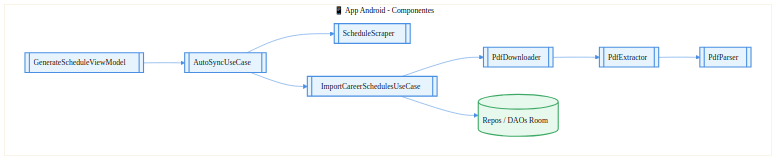
Before: images/diagrams/cap4_c4_3_component_f1.png, a diagram exported from Mermaid (smith-3/Taller-Grado-II). Its source is kept beside it as images/diagrams/cap4_c4_3_component_f1.mmd. Source of this version:
```mermaid
%%{init: {
  "theme": "base",
  "themeVariables": {
    "fontSize": "14px",
    "fontFamily": "Arial, sans-serif",
    "lineColor": "#4A90E2"
  }
}}%%
flowchart TB

    subgraph App["📱 App Android - Componentes"]
        vm[[GenerateScheduleViewModel]]:::component
        sync[[AutoSyncUseCase]]:::component
        scraper[[ScheduleScraper]]:::component
        dl[[PdfDownloader]]:::component
        ex[[PdfExtractor]]:::component
        parser[[PdfParser]]:::component
        importUc[[ImportCareerSchedulesUseCase]]:::component
        repos[(Repos / DAOs Room)]:::database
    end

    vm --> sync
    sync --> scraper
    sync --> importUc
    importUc --> dl
    dl --> ex
    ex --> parser
    importUc --> repos

    classDef component fill:#E8F4FD,stroke:#4A90E2,stroke-width:2px,rx:6,ry:6;
    classDef database fill:#E7F8ED,stroke:#3FAA66,stroke-width:2px;
```
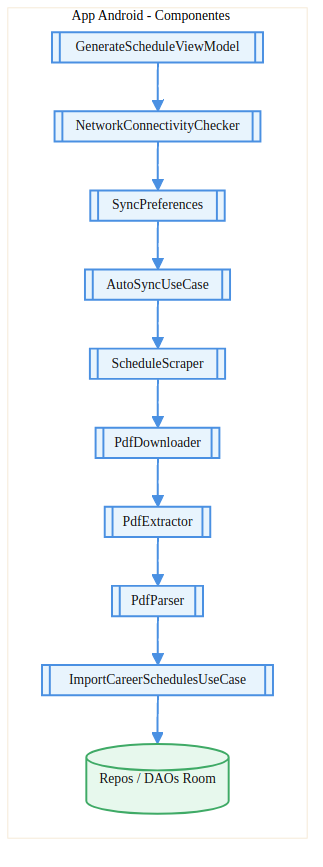
The same file after the commit.

The edit, as a diff of the source:
```diff
@@ -8,8 +8,11 @@
 }}%%
 flowchart TB
 
-    subgraph App["📱 App Android - Componentes"]
+    subgraph App["App Android - Componentes"]
+        direction TB
         vm[[GenerateScheduleViewModel]]:::component
+        net[[NetworkConnectivityChecker]]:::component
+        prefs[[SyncPreferences]]:::component
         sync[[AutoSyncUseCase]]:::component
         scraper[[ScheduleScraper]]:::component
         dl[[PdfDownloader]]:::component
@@ -19,12 +22,14 @@
         repos[(Repos / DAOs Room)]:::database
     end
 
-    vm --> sync
+    vm --> net
+    net --> prefs
+    prefs --> sync
     sync --> scraper
-    sync --> importUc
-    importUc --> dl
+    scraper --> dl
     dl --> ex
     ex --> parser
+    parser --> importUc
     importUc --> repos
 
     classDef component fill:#E8F4FD,stroke:#4A90E2,stroke-width:2px,rx:6,ry:6;
```
